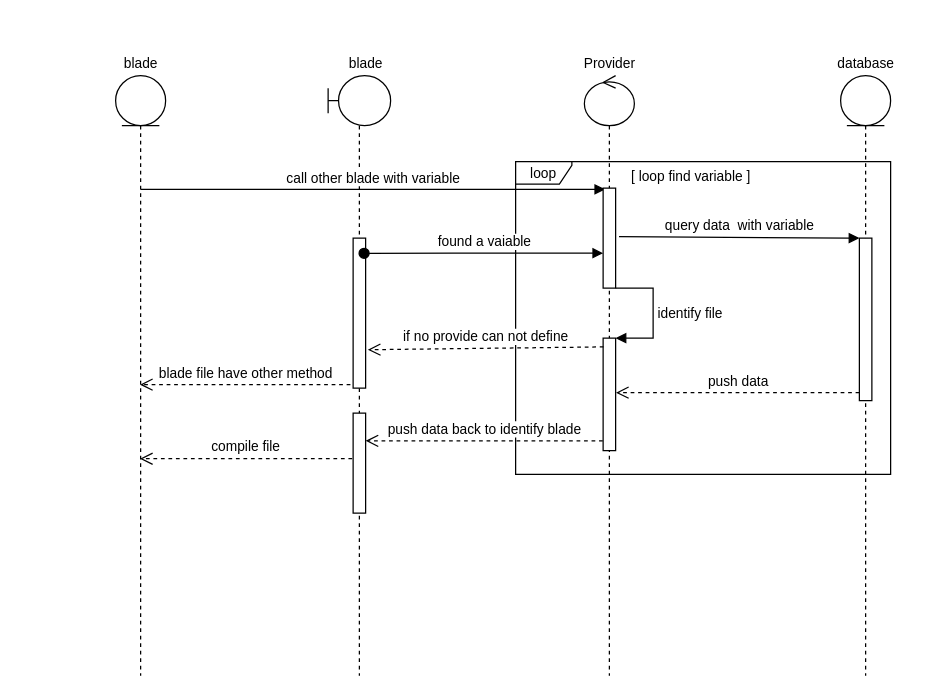
Above: page "Page-5" (5 of 5) of SeviceHandler.drawio in iphearum/Documents (draw.io), before the change. Source tidied: cells renumbered, new cells numbered last; positions are measured from the earlier drawing's top-left corner, leaving out a move shared by most shapes. Both pictures are drawn from the tidied source at 125%, with x=0, y=0 at pixel (115, 50).
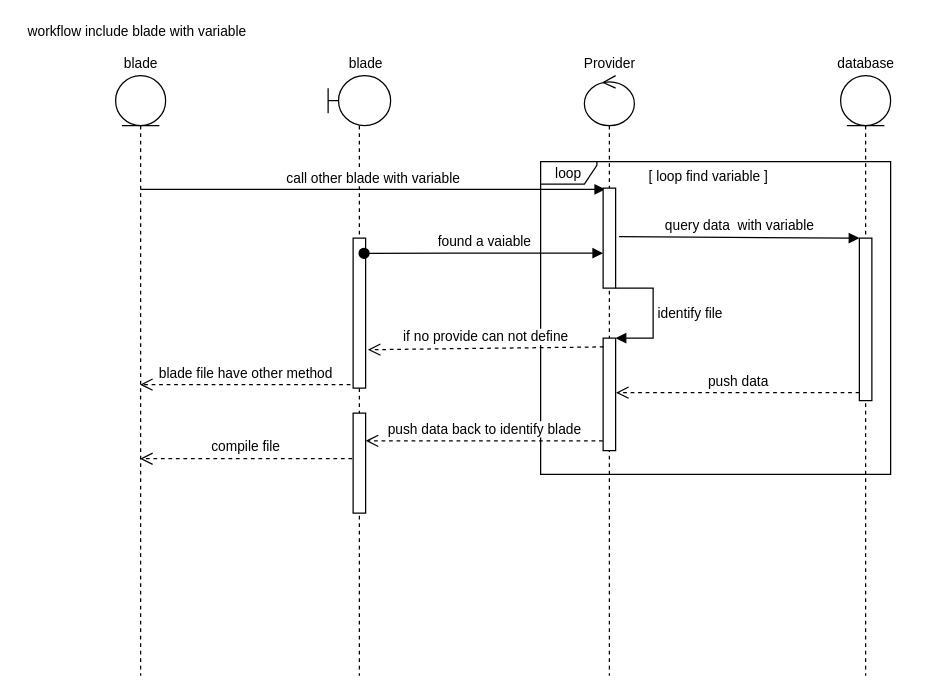
Above is the later version.

Change to the diagram source:
```diff
@@
     <mxCell id="7" style="group;opacity=50;rounded=0;" parent="1" vertex="1">
-      <mxGeometry x="320" y="80" width="300" height="259" as="geometry" />
+      <mxGeometry x="340" y="80" width="280" height="259" as="geometry" />
     </mxCell>
     <mxCell id="8" style="group;" parent="7" vertex="1">
-      <mxGeometry y="8.7" width="300" height="250.3" as="geometry" />
+      <mxGeometry y="8.7" width="280" height="250.3" as="geometry" />
     </mxCell>
     <mxCell id="9" value="loop" style="shape=umlFrame;whiteSpace=wrap;html=1;rounded=0;fontSize=11;width=45;height=18;gradientColor=none;" parent="8" vertex="1">
-      <mxGeometry width="300" height="250.3" as="geometry" />
+      <mxGeometry width="280" height="250.3" as="geometry" />
     </mxCell>
     <mxCell id="10" value="[ loop find variable ]" style="text;html=1;align=center;verticalAlign=middle;fontSize=11;" parent="8" vertex="1">
-      <mxGeometry x="87" y="4.6" width="106" height="16" as="geometry" />
+      <mxGeometry x="81.2" y="4.6" width="106" height="16" as="geometry" />
     </mxCell>
@@
+    <mxCell id="32" value="workflow include blade with variable" style="text;html=1;align=center;verticalAlign=middle;fontSize=11;" parent="1" vertex="1">
+      <mxGeometry x="-75" y="-23" width="184" height="16" as="geometry" />
+    </mxCell>
```
